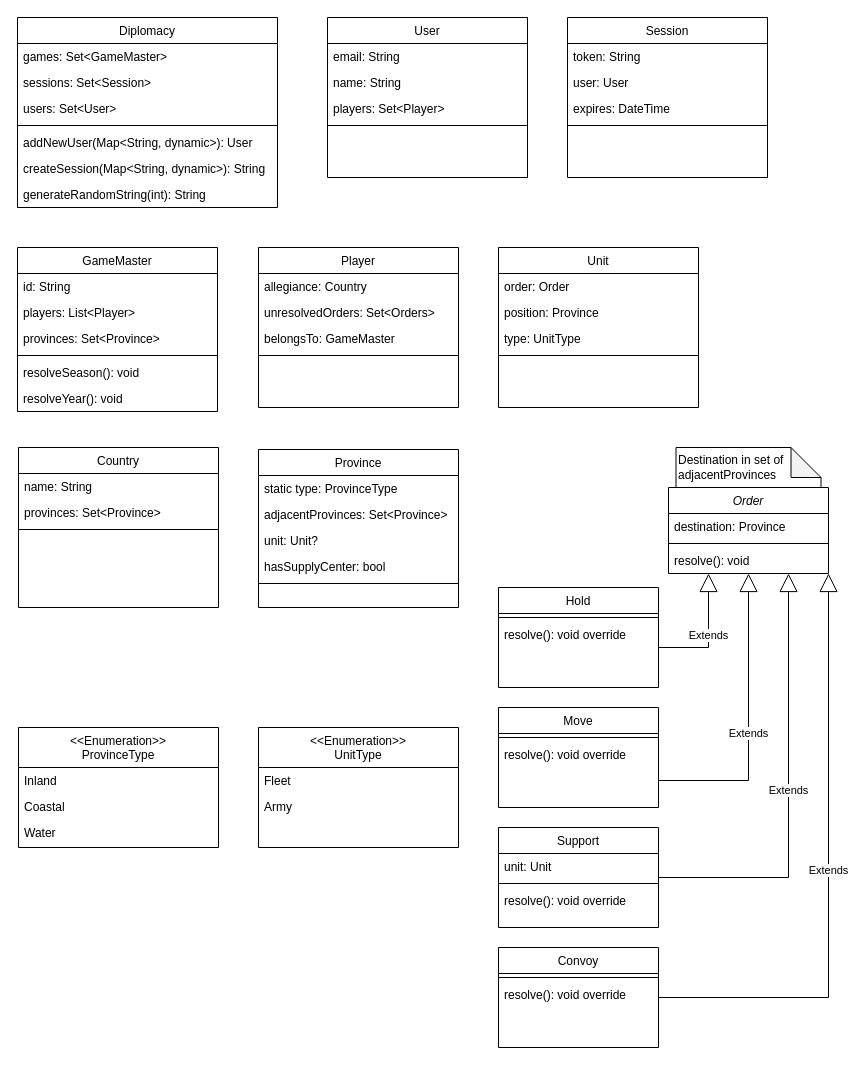
Before: docs/backend-uml.drawio in CPTR450-Diplomacy/backend, a draw.io diagram. Source tidied: cells renumbered, new cells numbered last; positions are measured from the earlier drawing's top-left corner, leaving out a move shared by most shapes. Both pictures are drawn from the tidied source at 100%, with x=0, y=0 at pixel (17, 17).
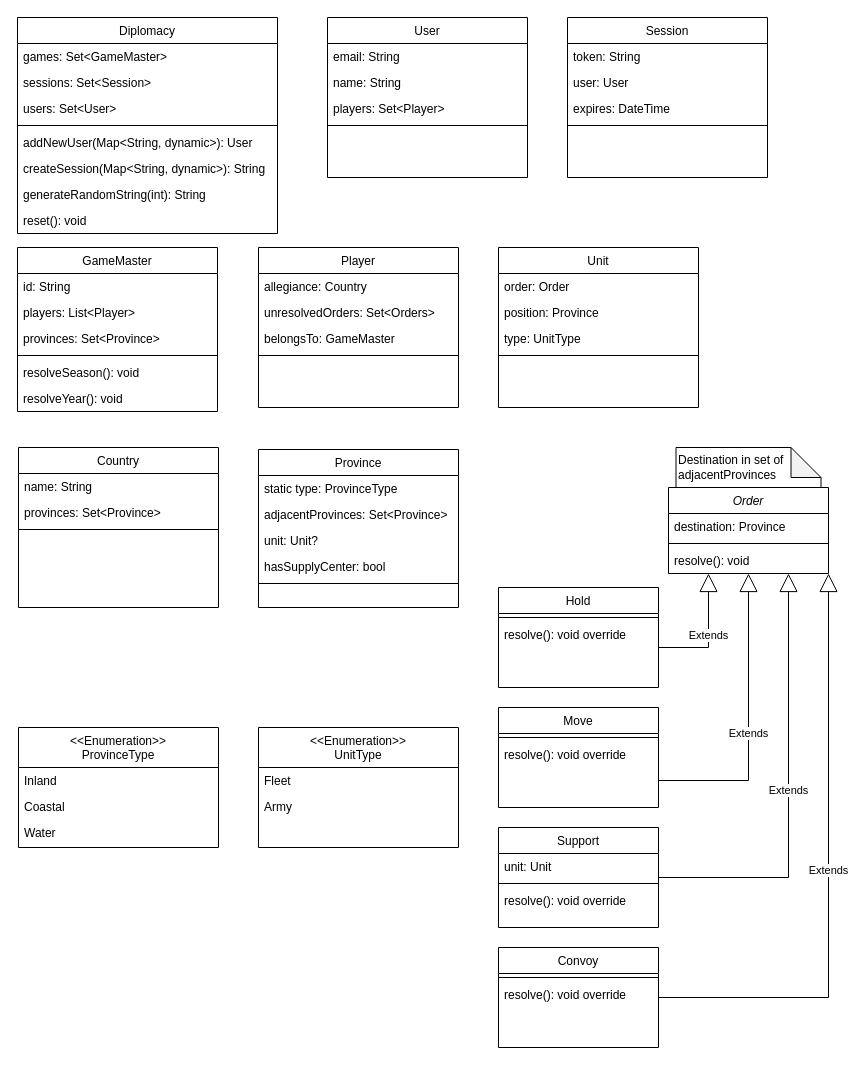
After the change.

Commit message (it also covers changes not shown here):
Add tests for sessions. Add a reset method to Diplomacy for use in tearDown methods.

Diff of the diagram source:
```diff
@@
     <mxCell id="58" value="Diplomacy" style="swimlane;fontStyle=0;align=center;verticalAlign=top;horizontal=1;startSize=26;rounded=0;shadow=0;strokeWidth=1;" parent="1" vertex="1">
-      <mxGeometry width="260" height="190" as="geometry" />
+      <mxGeometry width="260" height="216" as="geometry" />
     </mxCell>
@@
+    <mxCell id="76" value="reset(): void" style="text;align=left;verticalAlign=top;spacingLeft=4;spacingRight=4;overflow=hidden;" parent="58" vertex="1">
+      <mxGeometry y="190" width="260" height="26" as="geometry" />
+    </mxCell>
```
